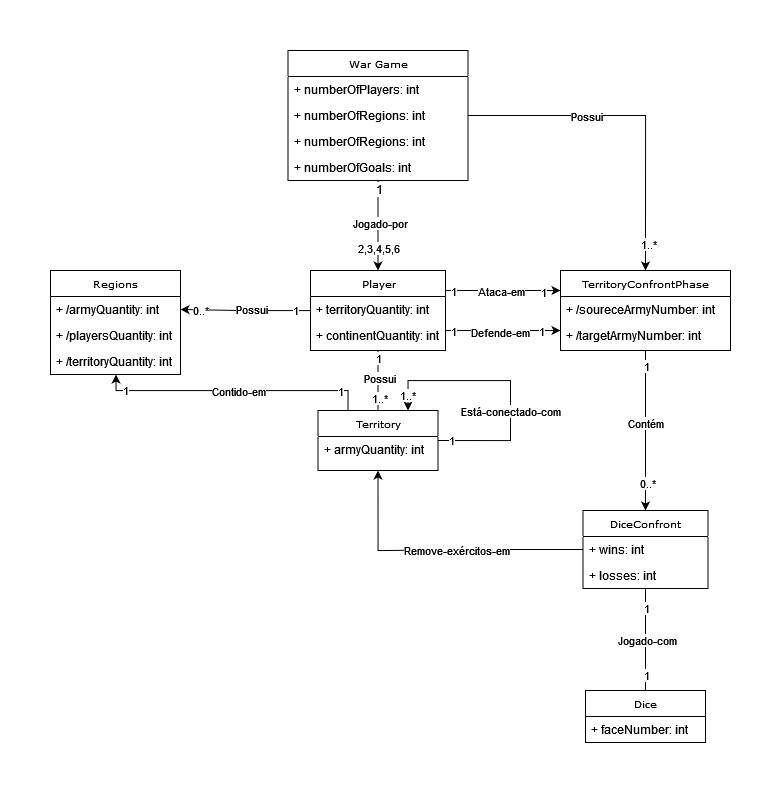
Gil32610/domain-model-territory-confront keeps this draw.io diagram as DomainModelTerritoryAttack.png. Above is the earlier version. Source tidied: cells renumbered, new cells last; positions are measured from the earlier drawing's top-left corner, leaving out a move shared by most shapes.
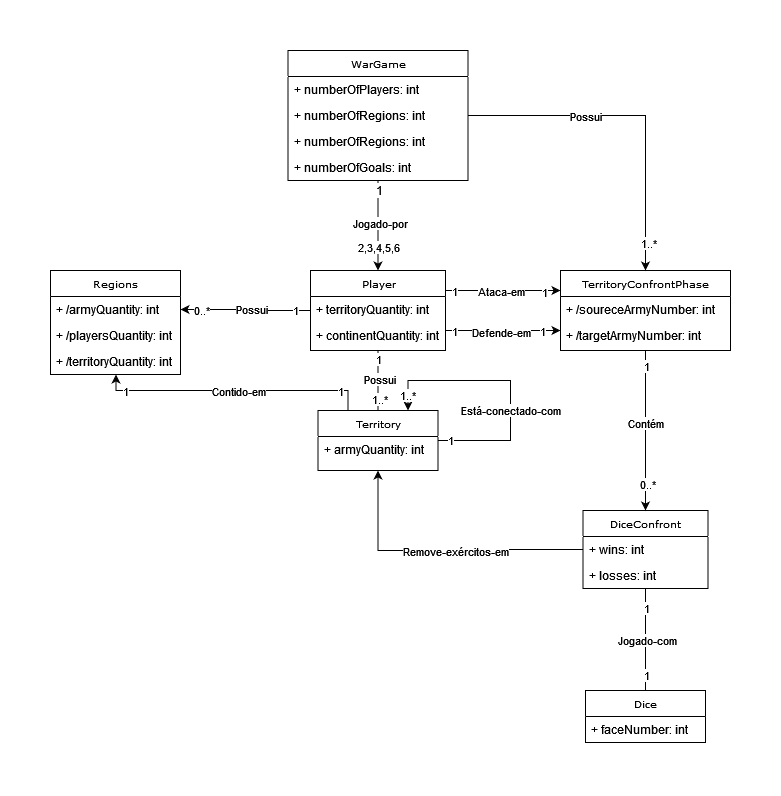
Above is the later version.

The edit, as a diff of the source:
```diff
@@ -140,7 +140,7 @@
     <mxCell id="39" value="+ /territoryQuantity: int" style="text;html=1;strokeColor=none;fillColor=none;align=left;verticalAlign=top;spacingLeft=4;spacingRight=4;whiteSpace=wrap;overflow=hidden;" parent="36" vertex="1">
       <mxGeometry y="78" width="130" height="26" as="geometry" />
     </mxCell>
-    <mxCell id="40" value="War Game" style="swimlane;html=1;fontStyle=0;horizontal=1;startSize=26;fillColor=none;swimlaneFillColor=#ffffff;rounded=0;shadow=0;comic=0;labelBackgroundColor=none;strokeWidth=1;fontFamily=Verdana;fontSize=10;align=center;" parent="1" vertex="1">
+    <mxCell id="40" value="WarGame" style="swimlane;html=1;fontStyle=0;horizontal=1;startSize=26;fillColor=none;swimlaneFillColor=#ffffff;rounded=0;shadow=0;comic=0;labelBackgroundColor=none;strokeWidth=1;fontFamily=Verdana;fontSize=10;align=center;" parent="1" vertex="1">
       <mxGeometry x="237.5" width="180" height="130" as="geometry" />
     </mxCell>
     <mxCell id="41" value="+ numberOfPlayers: int" style="text;html=1;strokeColor=none;fillColor=none;align=left;verticalAlign=top;spacingLeft=4;spacingRight=4;whiteSpace=wrap;overflow=hidden;" parent="40" vertex="1">
```
